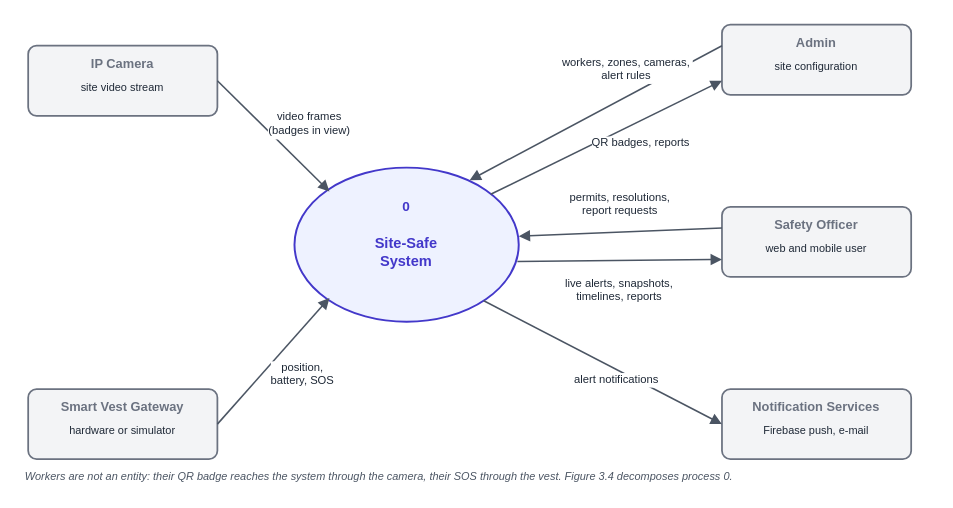
Before: docs/figures/editable/fig_dfd_level0.drawio in hamzahyaasin/site-safe, a draw.io diagram. Source tidied: cells renumbered, new cells numbered last; positions are measured from the earlier drawing's top-left corner, leaving out a move shared by most shapes. Both pictures are drawn from the tidied source at 146%, with x=0, y=0 at pixel (25, 23).
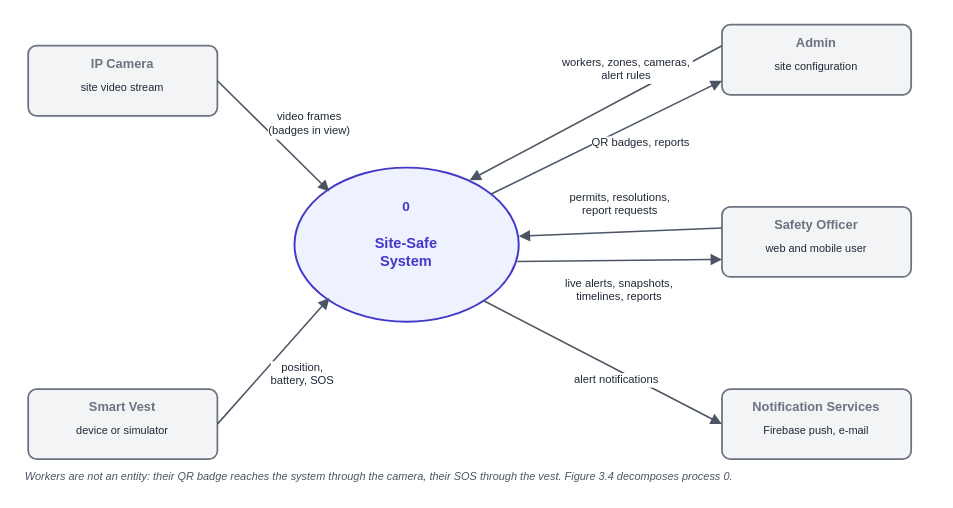
The same diagram, later.

The change refers to these unchanged cells:
```xml
<mxCell id="4" style="html=1;whiteSpace=wrap;fillColor=#f3f4f6;strokeColor=#6b7280;strokeWidth=1.20;dashed=0;rounded=1;arcSize=12;absoluteArcSize=0;" parent="1" vertex="1">
  <mxGeometry x="1.8" y="250" width="129.6" height="48" as="geometry" />
</mxCell>
```

Change to the diagram source:
```diff
@@
-    <mxCell id="19" value="Smart Vest Gateway" style="text;html=0;whiteSpace=nowrap;align=center;verticalAlign=middle;fontFamily=Arial;fontSize=8.8;fontColor=#6b7280;fontStyle=1;strokeColor=none;fillColor=none;spacing=0;" parent="4" vertex="1">
-      <mxGeometry x="8.9" y="5.9" width="111.8" height="13.1" as="geometry" />
+    <mxCell id="19" value="Smart Vest" style="text;html=0;whiteSpace=nowrap;align=center;verticalAlign=middle;fontFamily=Arial;fontSize=8.8;fontColor=#6b7280;fontStyle=1;strokeColor=none;fillColor=none;spacing=0;" parent="4" vertex="1">
+      <mxGeometry x="33.7" y="5.9" width="62.2" height="13.1" as="geometry" />
     </mxCell>
-    <mxCell id="20" value="hardware or simulator" style="text;html=0;whiteSpace=nowrap;align=center;verticalAlign=middle;fontFamily=Arial;fontSize=7.5;fontColor=#1f2937;fontStyle=0;strokeColor=none;fillColor=none;spacing=0;" parent="4" vertex="1">
-      <mxGeometry x="16.7" y="24.1" width="96.3" height="9.4" as="geometry" />
+    <mxCell id="20" value="device or simulator" style="text;html=0;whiteSpace=nowrap;align=center;verticalAlign=middle;fontFamily=Arial;fontSize=7.5;fontColor=#1f2937;fontStyle=0;strokeColor=none;fillColor=none;spacing=0;" parent="4" vertex="1">
+      <mxGeometry x="22.8" y="24.1" width="84" height="9.4" as="geometry" />
     </mxCell>
```
